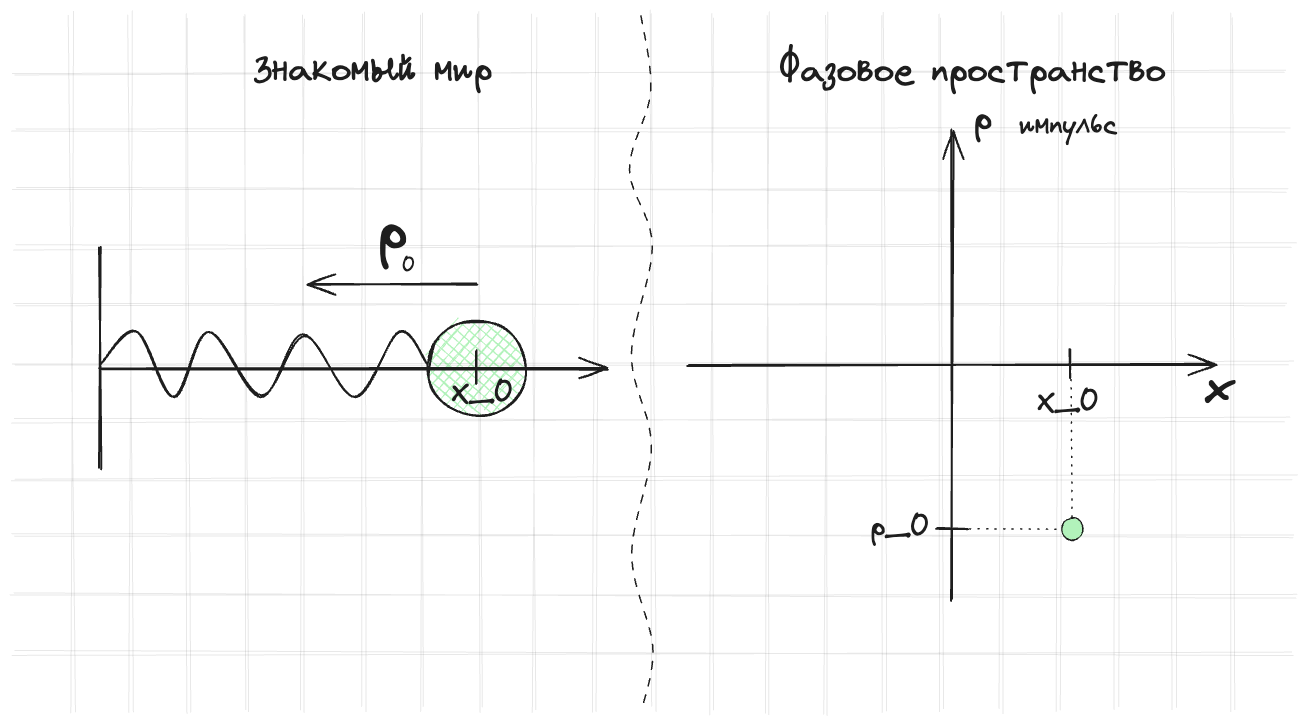
Before: assets/pictures/numerical_method/phase_space_spring.excalidraw.png, a diagram exported from Excalidraw (kozakromch/game_physics). Source tidied: one line per element, renumbered; positions are measured from the earlier drawing's top-left corner, leaving out a move shared by most shapes.
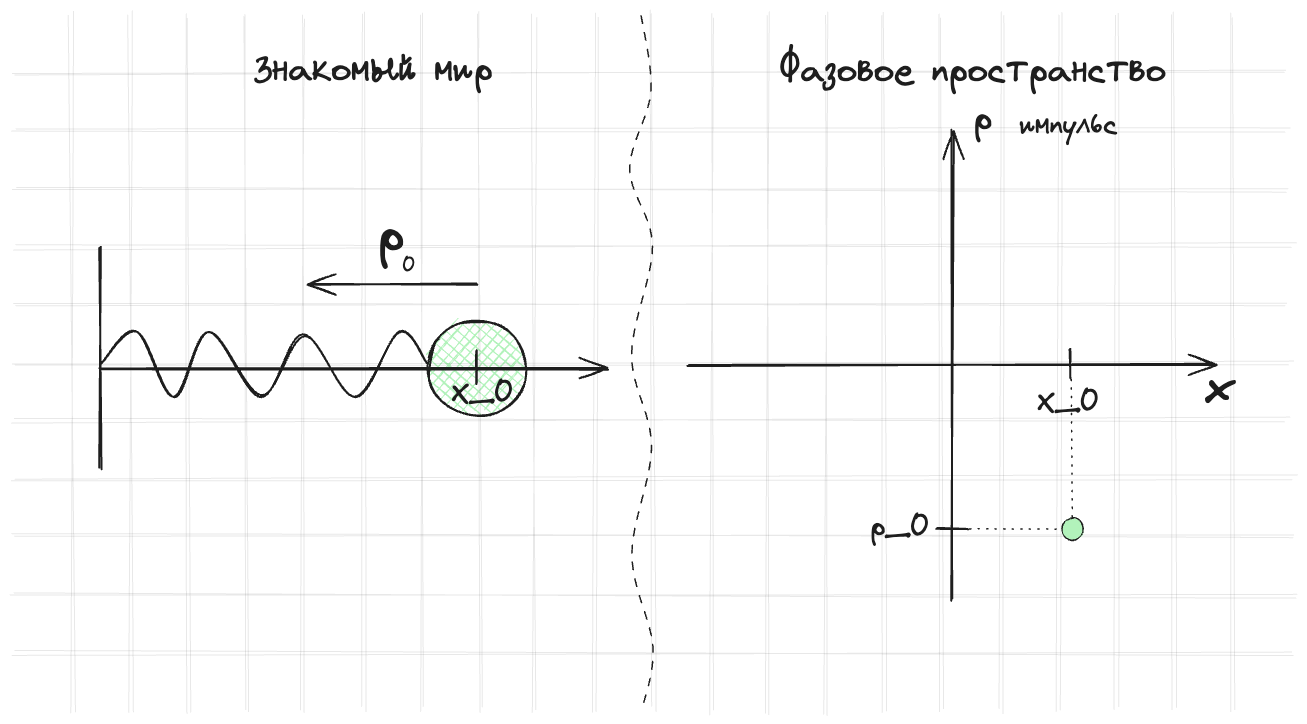
The same file after the commit.

Commit message:
fix mobile scale

The edit, as a diff of the source:
```diff
@@ -1,4 +1,4 @@
-{"id": 0, "type": "line", "strokeColor": "#1e1e1e", "angle": 4.71, "strokeWidth": 2, "roughness": 1, "round": true, "x": 267, "y": 342, "width": 220, "height": 0, "points": [[0, 0], [220, 0]]}
+{"id": 0, "type": "line", "strokeColor": "#1e1e1e", "angle": 4.71, "strokeWidth": 2, "roughness": 1, "round": true, "x": 268, "y": 342, "width": 220, "height": 0, "points": [[0, 0], [220, 0]]}
 {"id": 1, "type": "ellipse", "strokeColor": "#1e1e1e", "angle": 4.71, "backgroundColor": "#b2f2bb", "fillStyle": "cross-hatch", "strokeWidth": 2, "roughness": 1, "round": true, "x": 706, "y": 304, "width": 95, "height": 99}
 {"id": 2, "type": "line", "strokeColor": "#1e1e1e", "strokeWidth": 1, "roughness": 2, "opacity": 10, "round": true, "x": 290, "y": 57, "width": 1272, "height": 0, "points": [[0, 0], [1272, 0]]}
 {"id": 3, "type": "line", "strokeColor": "#1e1e1e", "strokeWidth": 1, "roughness": 2, "opacity": 10, "round": true, "x": 290, "y": 406, "width": 1272, "height": 0, "points": [[0, 0], [1272, 0]]}
@@ -21,7 +21,7 @@
 {"id": 20, "type": "line", "strokeColor": "#1e1e1e", "angle": 1.57, "strokeWidth": 1, "roughness": 2, "opacity": 10, "round": true, "x": 58, "y": 347, "width": 697, "height": 0, "points": [[0, 0], [697, 0]]}
 {"id": 21, "type": "line", "strokeColor": "#1e1e1e", "angle": 1.57, "strokeWidth": 1, "roughness": 2, "opacity": 10, "round": true, "x": 349, "y": 347, "width": 697, "height": 0, "points": [[0, 0], [697, 0]]}
 {"id": 22, "type": "line", "strokeColor": "#1e1e1e", "angle": 1.57, "strokeWidth": 1, "roughness": 2, "opacity": 10, "round": true, "x": 0, "y": 347, "width": 697, "height": 0, "points": [[0, 0], [697, 0]]}
-{"id": 23, "type": "line", "strokeColor": "#1e1e1e", "angle": 1.57, "strokeWidth": 1, "roughness": 2, "opacity": 10, "round": true, "x": 290, "y": 347, "width": 696, "height": 0, "points": [[0, 0], [696, 0]]}
+{"id": 23, "type": "line", "strokeColor": "#1e1e1e", "angle": 1.57, "strokeWidth": 1, "roughness": 2, "opacity": 10, "round": true, "x": 291, "y": 347, "width": 696, "height": 0, "points": [[0, 0], [696, 0]]}
 {"id": 24, "type": "line", "strokeColor": "#1e1e1e", "angle": 1.57, "strokeWidth": 1, "roughness": 2, "opacity": 10, "round": true, "x": 639, "y": 347, "width": 697, "height": 0, "points": [[0, 0], [697, 0]]}
 {"id": 25, "type": "line", "strokeColor": "#1e1e1e", "angle": 1.57, "strokeWidth": 1, "roughness": 2, "opacity": 10, "round": true, "x": 929, "y": 348, "width": 696, "height": 0, "points": [[0, 0], [696, 0]]}
 {"id": 26, "type": "line", "strokeColor": "#1e1e1e", "angle": 1.57, "strokeWidth": 1, "roughness": 2, "opacity": 10, "round": true, "x": 871, "y": 347, "width": 697, "height": 0, "points": [[0, 0], [697, 0]]}
@@ -35,7 +35,7 @@
 {"id": 34, "type": "line", "strokeColor": "#1e1e1e", "angle": 4.71, "strokeWidth": 2, "roughness": 1, "round": true, "x": 540, "y": 185, "width": 65, "height": 328, "points": [[0, 0], [33, 36], [-33, 73], [33, 109], [-33, 160], [29, 204], [-33, 255], [33, 299], [0, 328]]}
 {"id": 35, "type": "arrow", "strokeColor": "#1e1e1e", "strokeWidth": 2, "roughness": 1, "endArrowhead": "arrow", "round": true, "x": 376, "y": 353, "width": 508, "height": 0, "points": [[0, 0], [508, 0]]}
 {"id": 36, "type": "line", "strokeColor": "#1e1e1e", "strokeWidth": 2, "roughness": 1, "round": true, "x": 753, "y": 335, "width": 0, "height": 33, "points": [[0, 0], [0, 33]]}
-{"id": 37, "type": "text", "text": "X_0", "strokeColor": "#1e1e1e", "strokeWidth": 2, "roughness": 1, "fontSize": 29.37, "fontFamily": 1, "x": 728, "y": 360, "width": 62, "height": 37}
+{"id": 37, "type": "text", "text": "X_0", "strokeColor": "#1e1e1e", "strokeWidth": 2, "roughness": 1, "fontSize": 29.37, "fontFamily": 1, "x": 729, "y": 360, "width": 62, "height": 37}
 {"id": 38, "type": "arrow", "strokeColor": "#1e1e1e", "strokeWidth": 2, "roughness": 1, "endArrowhead": "arrow", "round": true, "x": 1228, "y": 584, "width": 1, "height": 470, "points": [[0, 0], [1, -470]]}
 {"id": 39, "type": "arrow", "strokeColor": "#1e1e1e", "strokeWidth": 2, "roughness": 1, "endArrowhead": "arrow", "round": true, "x": 965, "y": 351, "width": 527, "height": 2, "points": [[0, 0], [527, -2]]}
 {"id": 40, "type": "line", "strokeColor": "#1e1e1e", "strokeWidth": 2, "roughness": 1, "round": true, "x": 1347, "y": 333, "width": 0, "height": 29, "points": [[0, 0], [0, 29]]}
@@ -43,14 +43,14 @@
 {"id": 42, "type": "text", "text": "x", "strokeColor": "#1e1e1e", "strokeWidth": 2, "roughness": 1, "fontSize": 49.22, "fontFamily": 1, "x": 1481, "y": 342, "width": 28, "height": 62}
 {"id": 43, "type": "text", "text": "импульс", "strokeColor": "#1e1e1e", "strokeWidth": 2, "roughness": 1, "fontSize": 28, "fontFamily": 1, "x": 1296, "y": 93, "width": 98, "height": 35}
 {"id": 44, "type": "arrow", "strokeColor": "#1e1e1e", "strokeWidth": 2, "roughness": 1, "endArrowhead": "arrow", "round": true, "x": 753, "y": 270, "width": 168, "height": 0, "points": [[0, 0], [-168, 0]]}
-{"id": 45, "type": "text", "text": "p", "strokeColor": "#1e1e1e", "strokeWidth": 2, "roughness": 1, "fontSize": 57.81, "fontFamily": 1, "x": 656, "y": 181, "width": 29, "height": 72}
+{"id": 45, "type": "text", "text": "p", "strokeColor": "#1e1e1e", "strokeWidth": 2, "roughness": 1, "fontSize": 50.84, "fontFamily": 1, "x": 656, "y": 190, "width": 25, "height": 64}
-{"id": 46, "type": "line", "strokeColor": "#1e1e1e", "strokeWidth": 2, "roughness": 1, "round": true, "x": 1244, "y": 513, "width": 31, "height": 0, "points": [[0, 0], [-31, 0]]}
+{"id": 46, "type": "line", "strokeColor": "#1e1e1e", "strokeWidth": 2, "roughness": 1, "round": true, "x": 1245, "y": 513, "width": 31, "height": 0, "points": [[0, 0], [-31, 0]]}
 {"id": 47, "type": "text", "text": "p_0", "strokeColor": "#1e1e1e", "strokeWidth": 2, "roughness": 1, "fontSize": 29.37, "fontFamily": 1, "x": 1148, "y": 494, "width": 59, "height": 37}
 {"id": 48, "type": "line", "strokeColor": "#1e1e1e", "strokeWidth": 1, "strokeStyle": "dotted", "roughness": 1, "round": true, "x": 1246, "y": 514, "width": 105, "height": 0, "points": [[0, 0], [105, 0]]}
 {"id": 49, "type": "line", "strokeColor": "#1e1e1e", "strokeWidth": 1, "strokeStyle": "dotted", "roughness": 1, "round": true, "x": 1348, "y": 363, "width": 0, "height": 149, "points": [[0, 0], [0, 149]]}
-{"id": 50, "type": "ellipse", "strokeColor": "#1e1e1e", "backgroundColor": "#b2f2bb", "fillStyle": "solid", "strokeWidth": 1, "roughness": 1, "round": true, "x": 1338, "y": 502, "width": 21, "height": 22}
+{"id": 50, "type": "ellipse", "strokeColor": "#1e1e1e", "backgroundColor": "#b2f2bb", "fillStyle": "solid", "strokeWidth": 1, "roughness": 1, "round": true, "x": 1339, "y": 502, "width": 21, "height": 22}
 {"id": 51, "type": "text", "text": "Фазовое пространство", "strokeColor": "#1e1e1e", "backgroundColor": "#b2f2bb", "fillStyle": "solid", "strokeWidth": 1, "roughness": 1, "fontSize": 36, "fontFamily": 1, "x": 1056, "y": 34, "width": 386, "height": 45}
 {"id": 52, "type": "text", "text": "Знакомый мир\n", "strokeColor": "#1e1e1e", "backgroundColor": "#b2f2bb", "fillStyle": "solid", "strokeWidth": 1, "roughness": 1, "fontSize": 36, "fontFamily": 1, "x": 531, "y": 33, "width": 238, "height": 90}
 {"id": 53, "type": "line", "strokeColor": "#1e1e1e", "strokeWidth": 1, "strokeStyle": "dashed", "roughness": 1, "round": true, "x": 918, "y": 0, "width": 21, "height": 693, "points": [[0, 0], [11, 77], [-11, 154], [11, 231], [-11, 339], [9, 431], [-11, 539], [11, 631], [0, 693]]}
 {"id": 54, "type": "text", "text": "p", "strokeColor": "#1e1e1e", "strokeWidth": 2, "roughness": 1, "fontSize": 36, "fontFamily": 1, "x": 1251, "y": 82, "width": 18, "height": 45}
-{"id": 55, "type": "text", "text": "0", "strokeColor": "#1e1e1e", "strokeWidth": 2, "roughness": 1, "fontSize": 20, "fontFamily": 1, "x": 678, "y": 238, "width": 14, "height": 25}
+{"id": 55, "type": "text", "text": "0", "strokeColor": "#1e1e1e", "strokeWidth": 2, "roughness": 1, "fontSize": 20, "fontFamily": 1, "x": 679, "y": 238, "width": 14, "height": 25}
```
